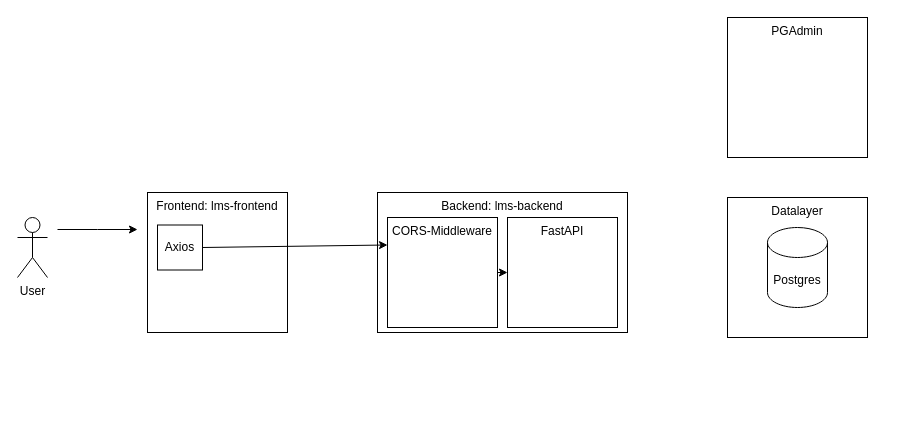
typhooncode-library-administration/1.organization-documentation-wiki keeps this draw.io diagram as Architektur.drawio. Above is the earlier version. Source tidied: cells renumbered, new cells numbered last; positions are measured from the earlier drawing's top-left corner, leaving out a move shared by most shapes. Both pictures are drawn from the tidied source at 100%, with x=0, y=0 at pixel (17, 17).
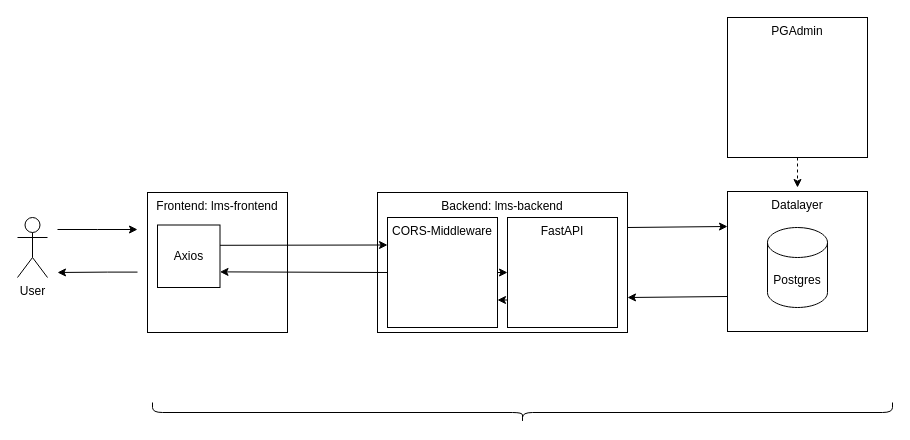
After the change.

Unchanged cells that the change refers to:
```xml
<mxCell id="5" value="Backend: lms-backend" style="rounded=0;whiteSpace=wrap;html=1;verticalAlign=top;" parent="1" vertex="1">
  <mxGeometry x="360" y="175" width="250" height="140" as="geometry" />
</mxCell>
<mxCell id="6" value="CORS-Middleware" style="whiteSpace=wrap;html=1;verticalAlign=top;" parent="1" vertex="1">
  <mxGeometry x="370" y="200" width="110" height="110" as="geometry" />
</mxCell>
<mxCell id="7" value="FastAPI" style="whiteSpace=wrap;html=1;verticalAlign=top;" parent="1" vertex="1">
  <mxGeometry x="490" y="200" width="110" height="110" as="geometry" />
</mxCell>
<mxCell id="9" value="PGAdmin" style="whiteSpace=wrap;html=1;verticalAlign=top;" parent="1" vertex="1">
  <mxGeometry x="710" width="140" height="140" as="geometry" />
</mxCell>
```

Diff of the diagram source:
```diff
@@
     <mxCell id="3" value="Datalayer" style="whiteSpace=wrap;html=1;verticalAlign=top;" parent="1" vertex="1">
-      <mxGeometry x="710" y="180" width="140" height="140" as="geometry" />
+      <mxGeometry x="710" y="174" width="140" height="140" as="geometry" />
     </mxCell>
@@
     <mxCell id="11" value="Axios" style="whiteSpace=wrap;html=1;" parent="1" vertex="1">
-      <mxGeometry x="140" y="207.5" width="45" height="45" as="geometry" />
+      <mxGeometry x="140" y="207.5" width="62.5" height="62.5" as="geometry" />
     </mxCell>
-    <mxCell id="12" style="endArrow=classic;html=1;rounded=0;exitX=1;exitY=0.5;exitDx=0;exitDy=0;entryX=0;entryY=0.25;entryDx=0;entryDy=0;" parent="1" edge="1" source="11" target="6">
-      <mxGeometry relative="1" as="geometry" />
+    <mxCell id="12" style="endArrow=classic;html=1;rounded=0;exitX=1;exitY=0.5;exitDx=0;exitDy=0;entryX=0;entryY=0.25;entryDx=0;entryDy=0;" parent="1" edge="1" target="6">
+      <mxGeometry relative="1" as="geometry">
+        <mxPoint x="202.5" y="227.8" as="sourcePoint" />
+      </mxGeometry>
     </mxCell>
@@
+    <mxCell id="14" style="endArrow=classic;html=1;rounded=0;exitX=1;exitY=0.25;exitDx=0;exitDy=0;entryX=0;entryY=0.25;entryDx=0;entryDy=0;" parent="1" edge="1" source="5" target="3">
+      <mxGeometry relative="1" as="geometry" />
+    </mxCell>
+    <mxCell id="15" style="endArrow=classic;html=1;rounded=0;dashed=1;exitX=0.5;exitY=1;exitDx=0;exitDy=0;" parent="1" edge="1" source="9">
+      <mxGeometry relative="1" as="geometry">
+        <mxPoint x="780" y="170" as="targetPoint" />
+      </mxGeometry>
+    </mxCell>
+    <mxCell id="16" style="endArrow=classic;html=1;rounded=0;exitX=0;exitY=0.75;exitDx=0;exitDy=0;entryX=1;entryY=0.75;entryDx=0;entryDy=0;" parent="1" edge="1" source="3" target="5">
+      <mxGeometry relative="1" as="geometry" />
+    </mxCell>
+    <mxCell id="17" style="endArrow=classic;html=1;rounded=0;exitX=0;exitY=0.75;exitDx=0;exitDy=0;entryX=1;entryY=0.75;entryDx=0;entryDy=0;" parent="1" edge="1" source="7" target="6">
+      <mxGeometry relative="1" as="geometry" />
+    </mxCell>
+    <mxCell id="18" style="endArrow=classic;html=1;rounded=0;exitX=0;exitY=0.5;exitDx=0;exitDy=0;entryX=1;entryY=0.75;entryDx=0;entryDy=0;" parent="1" edge="1" source="6" target="11">
+      <mxGeometry relative="1" as="geometry" />
+    </mxCell>
+    <mxCell id="19" style="endArrow=classic;html=1;rounded=0;" parent="1" edge="1">
+      <mxGeometry relative="1" as="geometry">
+        <mxPoint x="120" y="254.6" as="sourcePoint" />
+        <mxPoint x="40" y="255" as="targetPoint" />
+        <Array as="points">
+          <mxPoint x="90" y="254.6" />
+        </Array>
+      </mxGeometry>
+    </mxCell>
+    <mxCell id="20" style="shape=curlyBracket;whiteSpace=wrap;html=1;rounded=1;flipH=1;labelPosition=right;verticalLabelPosition=middle;align=left;verticalAlign=middle;rotation=90;" parent="1" vertex="1">
+      <mxGeometry x="495" y="25" width="20" height="740" as="geometry" />
+    </mxCell>
```
